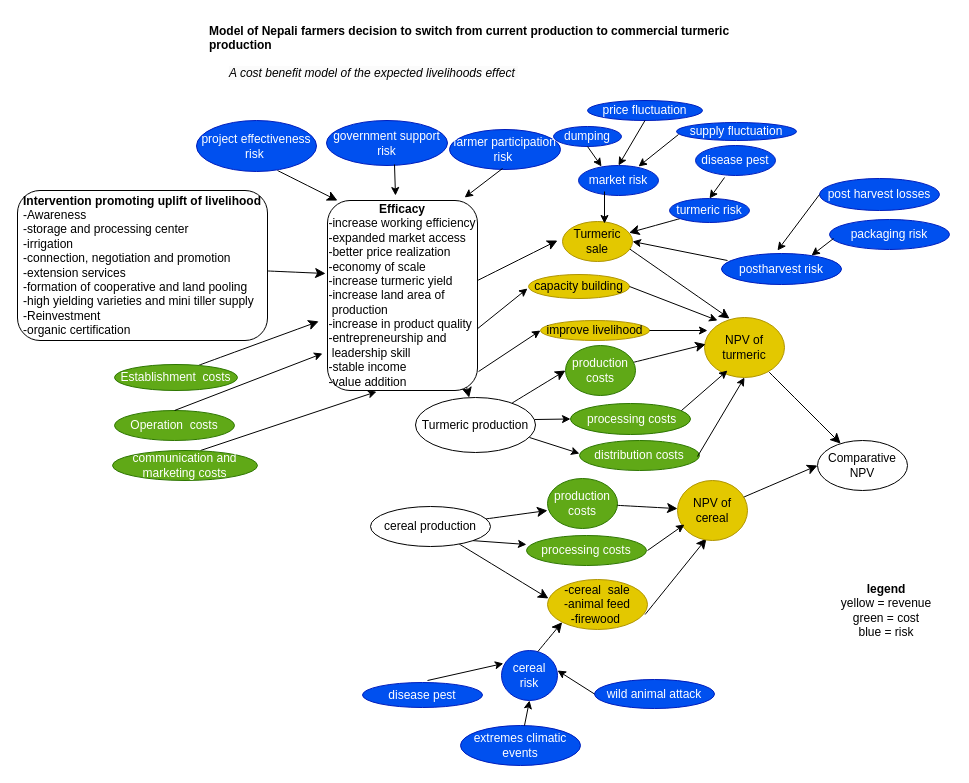
Before: Untitled Diagram.drawio in AditiBista/nepal_turmeric, a draw.io diagram. Source tidied: cells renumbered, new cells numbered last; positions are measured from the earlier drawing's top-left corner, leaving out a move shared by most shapes. Both pictures are drawn from the tidied source at 100%, with x=0, y=0 at pixel (17, 17).
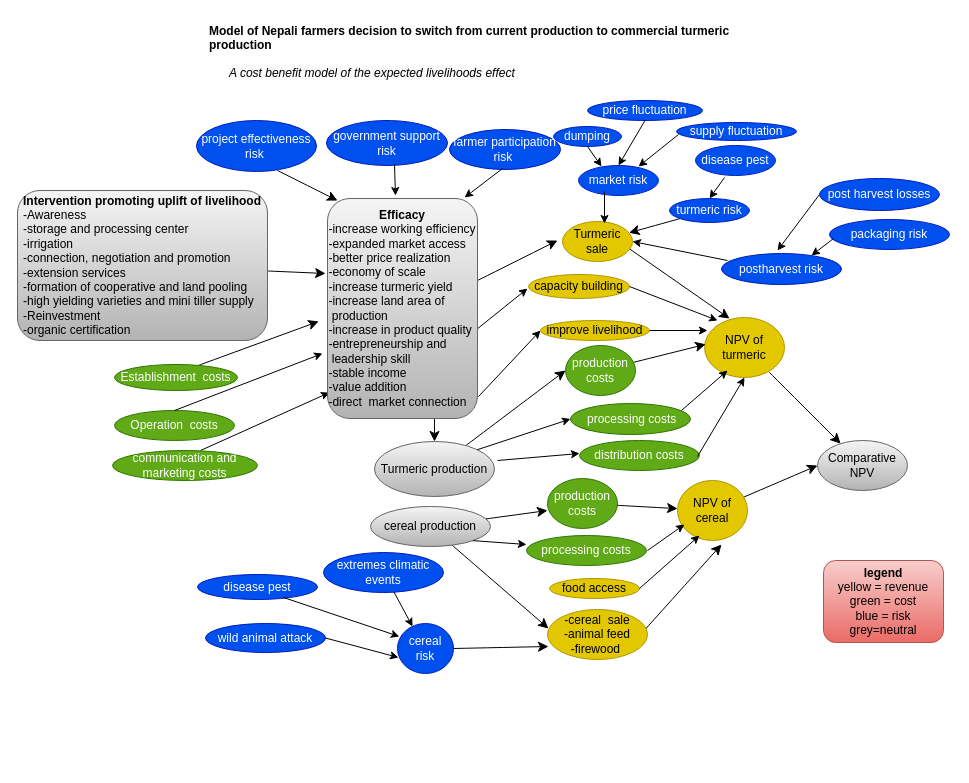
Above is the later version.

Unchanged cells that the change refers to:
```xml
<mxCell id="27" value="NPV of cereal" style="ellipse;whiteSpace=wrap;html=1;fontSize=12;strokeWidth=1;fillColor=#e3c800;fontColor=#000000;strokeColor=#B09500;" parent="1" vertex="1">
  <mxGeometry x="660" y="463" width="70" height="60" as="geometry" />
</mxCell>
<mxCell id="43" value="communication and marketing costs" style="ellipse;whiteSpace=wrap;html=1;fillColor=#60a917;fontColor=#ffffff;strokeColor=#2D7600;" parent="1" vertex="1">
  <mxGeometry x="95" y="433" width="145" height="30" as="geometry" />
</mxCell>
<mxCell id="56" value="&amp;nbsp;processing costs" style="ellipse;whiteSpace=wrap;html=1;fillColor=#60a917;fontColor=#ffffff;strokeColor=#2D7600;" parent="1" vertex="1">
  <mxGeometry x="553" y="386" width="120" height="31" as="geometry" />
</mxCell>
```

What changed in the source:
```diff
@@
-    <mxCell id="3" value="cereal production" style="ellipse;whiteSpace=wrap;html=1;fontSize=12;strokeWidth=1;" parent="1" vertex="1">
+    <mxCell id="3" value="cereal production" style="ellipse;whiteSpace=wrap;html=1;fontSize=12;strokeWidth=1;fillColor=#f5f5f5;gradientColor=#b3b3b3;strokeColor=#666666;" parent="1" vertex="1">
       <mxGeometry x="353" y="489" width="120" height="40" as="geometry" />
     </mxCell>
@@
-    <mxCell id="8" value="Turmeric production" style="ellipse;whiteSpace=wrap;html=1;fontSize=12;strokeWidth=1;" parent="1" vertex="1">
-      <mxGeometry x="398" y="380" width="120" height="55" as="geometry" />
+    <mxCell id="8" value="Turmeric production" style="ellipse;whiteSpace=wrap;html=1;fontSize=12;strokeWidth=1;fillColor=#f5f5f5;gradientColor=#b3b3b3;strokeColor=#666666;" parent="1" vertex="1">
+      <mxGeometry x="357" y="424" width="120" height="55" as="geometry" />
     </mxCell>
@@
     <mxCell id="13" value="cereal risk" style="ellipse;whiteSpace=wrap;html=1;fontSize=12;strokeWidth=1;labelBackgroundColor=none;fillColor=#0050ef;fontColor=#ffffff;strokeColor=#001DBC;" parent="1" vertex="1">
-      <mxGeometry x="484" y="633" width="56" height="50" as="geometry" />
+      <mxGeometry x="380" y="606" width="56" height="50" as="geometry" />
     </mxCell>
-    <mxCell id="14" style="edgeStyle=none;curved=1;rounded=0;orthogonalLoop=1;jettySize=auto;html=1;fontSize=12;startSize=8;endSize=8;entryX=0.386;entryY=0.967;entryDx=0;entryDy=0;strokeWidth=1;entryPerimeter=0;" parent="1" edge="1">
+    <mxCell id="14" style="edgeStyle=none;curved=1;rounded=0;jettySize=auto;html=1;fontSize=12;startSize=8;endSize=8;entryX=0.629;entryY=1.067;entryDx=0;entryDy=0;strokeWidth=1;entryPerimeter=0;exitX=1;exitY=0;exitDx=0;exitDy=0;" parent="1" edge="1" target="27">
       <mxGeometry relative="1" as="geometry">
-        <mxPoint x="627.6" y="597" as="sourcePoint" />
-        <mxPoint x="689" y="521" as="targetPoint" />
+        <mxPoint x="626.4" y="613.3" as="sourcePoint" />
       </mxGeometry>
     </mxCell>
     <mxCell id="15" value="-cereal &amp;nbsp;sale&lt;br&gt;-animal feed&lt;br&gt;-firewood&amp;nbsp;" style="ellipse;whiteSpace=wrap;html=1;fontSize=12;strokeWidth=1;labelBorderColor=none;labelBackgroundColor=none;fillColor=#e3c800;fontColor=#000000;strokeColor=#B09500;" parent="1" vertex="1">
-      <mxGeometry x="530" y="562" width="100" height="50" as="geometry" />
+      <mxGeometry x="530" y="592" width="100" height="50" as="geometry" />
     </mxCell>
@@
-    <mxCell id="22" style="endArrow=classic;html=1;rounded=0;fontSize=12;startSize=8;endSize=8;curved=1;exitX=0.65;exitY=0.02;exitDx=0;exitDy=0;entryX=0;entryY=1;entryDx=0;entryDy=0;strokeWidth=1;exitPerimeter=0;" parent="1" edge="1" source="13" target="15">
+    <mxCell id="22" style="endArrow=classic;html=1;rounded=0;fontSize=12;startSize=8;endSize=8;curved=1;exitX=1;exitY=0.5;exitDx=0;exitDy=0;entryX=0.01;entryY=0.74;entryDx=0;entryDy=0;strokeWidth=1;entryPerimeter=0;" parent="1" edge="1" source="13" target="15">
       <mxGeometry relative="1" as="geometry" />
     </mxCell>
@@
-    <mxCell id="26" value="Comparative NPV" style="ellipse;whiteSpace=wrap;html=1;fontSize=12;strokeWidth=1;" parent="1" vertex="1">
+    <mxCell id="26" value="Comparative NPV" style="ellipse;whiteSpace=wrap;html=1;fontSize=12;strokeWidth=1;fillColor=#f5f5f5;gradientColor=#b3b3b3;strokeColor=#666666;" parent="1" vertex="1">
       <mxGeometry x="800" y="423" width="90" height="50" as="geometry" />
     </mxCell>
@@
     <mxCell id="33" style="edgeStyle=none;curved=1;rounded=0;jettySize=auto;html=1;fontSize=12;startSize=8;endSize=8;strokeWidth=1;" parent="1" edge="1" target="8">
       <mxGeometry relative="1" as="geometry">
-        <mxPoint x="437.6" y="321.5" as="sourcePoint" />
+        <mxPoint x="417" y="383" as="sourcePoint" />
       </mxGeometry>
     </mxCell>
@@
-    <mxCell id="40" value="&lt;b&gt;legend&lt;/b&gt;&lt;br&gt;yellow = revenue&lt;br&gt;green = cost&lt;br&gt;blue = risk" style="text;html=1;strokeColor=none;fillColor=none;align=center;verticalAlign=middle;whiteSpace=wrap;rounded=0;" parent="1" vertex="1">
-      <mxGeometry x="804" y="553" width="130" height="80" as="geometry" />
-    </mxCell>
@@
-    <mxCell id="42" style="endArrow=classic;html=1;rounded=0;exitX=0.607;exitY=0;exitDx=0;exitDy=0;exitPerimeter=0;entryX=0.327;entryY=1.006;entryDx=0;entryDy=0;entryPerimeter=0;" parent="1" edge="1" source="43" target="57">
+    <mxCell id="42" style="endArrow=classic;html=1;rounded=0;exitX=0.607;exitY=0;exitDx=0;exitDy=0;exitPerimeter=0;entryX=0.013;entryY=0.882;entryDx=0;entryDy=0;entryPerimeter=0;" parent="1" edge="1" source="43" target="57">
       <mxGeometry relative="1" as="geometry" />
     </mxCell>
@@
-    <mxCell id="51" value="&lt;b&gt;Intervention promoting uplift of livelihood&lt;/b&gt;&lt;br&gt;&lt;div style=&quot;text-align: justify;&quot;&gt;-Awareness&lt;/div&gt;&lt;div style=&quot;text-align: justify;&quot;&gt;-storage and processing center&lt;/div&gt;&lt;div style=&quot;text-align: justify;&quot;&gt;-irrigation&lt;/div&gt;&lt;div style=&quot;text-align: justify;&quot;&gt;-connection, negotiation and promotion&lt;/div&gt;&lt;div style=&quot;text-align: justify;&quot;&gt;-extension services&lt;/div&gt;&lt;div style=&quot;text-align: justify;&quot;&gt;-formation of cooperative and land pooling&amp;nbsp;&lt;/div&gt;&lt;div style=&quot;text-align: justify;&quot;&gt;-high yielding varieties and mini tiller supply&lt;/div&gt;&lt;div style=&quot;text-align: justify;&quot;&gt;-Reinvestment&lt;/div&gt;&lt;div style=&quot;text-align: justify;&quot;&gt;-organic certification&lt;/div&gt;" style="rounded=1;whiteSpace=wrap;html=1;" parent="1" vertex="1">
+    <mxCell id="51" value="&lt;b&gt;Intervention promoting uplift of livelihood&lt;/b&gt;&lt;br&gt;&lt;div style=&quot;text-align: justify;&quot;&gt;-Awareness&lt;/div&gt;&lt;div style=&quot;text-align: justify;&quot;&gt;-storage and processing center&lt;/div&gt;&lt;div style=&quot;text-align: justify;&quot;&gt;-irrigation&lt;/div&gt;&lt;div style=&quot;text-align: justify;&quot;&gt;-connection, negotiation and promotion&lt;/div&gt;&lt;div style=&quot;text-align: justify;&quot;&gt;-extension services&lt;/div&gt;&lt;div style=&quot;text-align: justify;&quot;&gt;-formation of cooperative and land pooling&amp;nbsp;&lt;/div&gt;&lt;div style=&quot;text-align: justify;&quot;&gt;-high yielding varieties and mini tiller supply&lt;/div&gt;&lt;div style=&quot;text-align: justify;&quot;&gt;-Reinvestment&lt;/div&gt;&lt;div style=&quot;text-align: justify;&quot;&gt;-organic certification&lt;/div&gt;" style="rounded=1;whiteSpace=wrap;html=1;fillColor=#f5f5f5;gradientColor=#b3b3b3;strokeColor=#666666;" parent="1" vertex="1">
       <mxGeometry y="173" width="250" height="150" as="geometry" />
     </mxCell>
@@
-    <mxCell id="57" value="&lt;b style=&quot;border-color: var(--border-color); caret-color: rgb(0, 0, 0); color: rgb(0, 0, 0); font-family: Helvetica; font-size: 12px; font-style: normal; font-variant-caps: normal; letter-spacing: normal; text-align: center; text-indent: 0px; text-transform: none; word-spacing: 0px; -webkit-text-stroke-width: 0px; text-decoration: none;&quot;&gt;Efficacy&lt;/b&gt;&lt;br style=&quot;border-color: var(--border-color); caret-color: rgb(0, 0, 0); color: rgb(0, 0, 0); font-family: Helvetica; font-size: 12px; font-style: normal; font-variant-caps: normal; font-weight: 400; letter-spacing: normal; text-align: center; text-indent: 0px; text-transform: none; word-spacing: 0px; -webkit-text-stroke-width: 0px; text-decoration: none;&quot;&gt;&lt;div style=&quot;border-color: var(--border-color); caret-color: rgb(0, 0, 0); color: rgb(0, 0, 0); font-family: Helvetica; font-size: 12px; font-style: normal; font-variant-caps: normal; font-weight: 400; letter-spacing: normal; text-indent: 0px; text-transform: none; word-spacing: 0px; -webkit-text-stroke-width: 0px; text-decoration: none; text-align: justify;&quot;&gt;-increase working efficiency&lt;/div&gt;&lt;div style=&quot;border-color: var(--border-color); caret-color: rgb(0, 0, 0); color: rgb(0, 0, 0); font-family: Helvetica; font-size: 12px; font-style: normal; font-variant-caps: normal; font-weight: 400; letter-spacing: normal; text-indent: 0px; text-transform: none; word-spacing: 0px; -webkit-text-stroke-width: 0px; text-decoration: none; text-align: justify;&quot;&gt;-expanded market access&lt;/div&gt;&lt;div style=&quot;border-color: var(--border-color); caret-color: rgb(0, 0, 0); color: rgb(0, 0, 0); font-family: Helvetica; font-size: 12px; font-style: normal; font-variant-caps: normal; font-weight: 400; letter-spacing: normal; text-indent: 0px; text-transform: none; word-spacing: 0px; -webkit-text-stroke-width: 0px; text-decoration: none; text-align: justify;&quot;&gt;-better price realization&lt;/div&gt;&lt;div style=&quot;border-color: var(--border-color); caret-color: rgb(0, 0, 0); color: rgb(0, 0, 0); font-family: Helvetica; font-size: 12px; font-style: normal; font-variant-caps: normal; font-weight: 400; letter-spacing: normal; text-indent: 0px; text-transform: none; word-spacing: 0px; -webkit-text-stroke-width: 0px; text-decoration: none; text-align: justify;&quot;&gt;-economy of scale&lt;/div&gt;&lt;div style=&quot;border-color: var(--border-color); caret-color: rgb(0, 0, 0); color: rgb(0, 0, 0); font-family: Helvetica; font-size: 12px; font-style: normal; font-variant-caps: normal; font-weight: 400; letter-spacing: normal; text-indent: 0px; text-transform: none; word-spacing: 0px; -webkit-text-stroke-width: 0px; text-decoration: none; text-align: justify;&quot;&gt;-increase turmeric yield&amp;nbsp;&lt;/div&gt;&lt;div style=&quot;border-color: var(--border-color); caret-color: rgb(0, 0, 0); color: rgb(0, 0, 0); font-family: Helvetica; font-size: 12px; font-style: normal; font-variant-caps: normal; font-weight: 400; letter-spacing: normal; text-indent: 0px; text-transform: none; word-spacing: 0px; -webkit-text-stroke-width: 0px; text-decoration: none; text-align: justify;&quot;&gt;-increase land area of&lt;/div&gt;&lt;div style=&quot;border-color: var(--border-color); caret-color: rgb(0, 0, 0); color: rgb(0, 0, 0); font-family: Helvetica; font-size: 12px; font-style: normal; font-variant-caps: normal; font-weight: 400; letter-spacing: normal; text-indent: 0px; text-transform: none; word-spacing: 0px; -webkit-text-stroke-width: 0px; text-decoration: none; text-align: justify;&quot;&gt;&amp;nbsp;production&lt;/div&gt;&lt;div style=&quot;border-color: var(--border-color); caret-color: rgb(0, 0, 0); color: rgb(0, 0, 0); font-family: Helvetica; font-size: 12px; font-style: normal; font-variant-caps: normal; font-weight: 400; letter-spacing: normal; text-indent: 0px; text-transform: none; word-spacing: 0px; -webkit-text-stroke-width: 0px; text-decoration: none; text-align: justify;&quot;&gt;-increase in product quality&lt;/div&gt;&lt;div style=&quot;border-color: var(--border-color); caret-color: rgb(0, 0, 0); color: rgb(0, 0, 0); font-family: Helvetica; font-size: 12px; font-style: normal; font-variant-caps: normal; font-weight: 400; letter-spacing: normal; text-indent: 0px; text-transform: none; word-spacing: 0px; -webkit-text-stroke-width: 0px; text-decoration: none; text-align: justify;&quot;&gt;-entrepreneurship and&lt;/div&gt;&lt;div style=&quot;border-color: var(--border-color); caret-color: rgb(0, 0, 0); color: rgb(0, 0, 0); font-family: Helvetica; font-size: 12px; font-style: normal; font-variant-caps: normal; font-weight: 400; letter-spacing: normal; text-indent: 0px; text-transform: none; word-spacing: 0px; -webkit-text-stroke-width: 0px; text-decoration: none; text-align: justify;&quot;&gt;&amp;nbsp;leadership skill&lt;/div&gt;&lt;div style=&quot;border-color: var(--border-color); caret-color: rgb(0, 0, 0); color: rgb(0, 0, 0); font-family: Helvetica; font-size: 12px; font-style: normal; font-variant-caps: normal; font-weight: 400; letter-spacing: normal; text-indent: 0px; text-transform: none; word-spacing: 0px; -webkit-text-stroke-width: 0px; text-decoration: none; text-align: justify;&quot;&gt;-stable income&lt;/div&gt;&lt;div style=&quot;border-color: var(--border-color); caret-color: rgb(0, 0, 0); color: rgb(0, 0, 0); font-family: Helvetica; font-size: 12px; font-style: normal; font-variant-caps: normal; font-weight: 400; letter-spacing: normal; text-indent: 0px; text-transform: none; word-spacing: 0px; -webkit-text-stroke-width: 0px; text-decoration: none; text-align: justify;&quot;&gt;-value addition&lt;/div&gt;" style="rounded=1;whiteSpace=wrap;html=1;" parent="1" vertex="1">
-      <mxGeometry x="310" y="183" width="150" height="190" as="geometry" />
+    <mxCell id="57" value="&lt;b style=&quot;border-color: var(--border-color); caret-color: rgb(0, 0, 0); color: rgb(0, 0, 0); font-family: Helvetica; font-size: 12px; font-style: normal; font-variant-caps: normal; letter-spacing: normal; text-align: center; text-indent: 0px; text-transform: none; word-spacing: 0px; -webkit-text-stroke-width: 0px; text-decoration: none;&quot;&gt;Efficacy&lt;/b&gt;&lt;br style=&quot;border-color: var(--border-color); caret-color: rgb(0, 0, 0); color: rgb(0, 0, 0); font-family: Helvetica; font-size: 12px; font-style: normal; font-variant-caps: normal; font-weight: 400; letter-spacing: normal; text-align: center; text-indent: 0px; text-transform: none; word-spacing: 0px; -webkit-text-stroke-width: 0px; text-decoration: none;&quot;&gt;&lt;div style=&quot;border-color: var(--border-color); caret-color: rgb(0, 0, 0); color: rgb(0, 0, 0); font-family: Helvetica; font-size: 12px; font-style: normal; font-variant-caps: normal; font-weight: 400; letter-spacing: normal; text-indent: 0px; text-transform: none; word-spacing: 0px; -webkit-text-stroke-width: 0px; text-decoration: none; text-align: justify;&quot;&gt;-increase working efficiency&lt;/div&gt;&lt;div style=&quot;border-color: var(--border-color); caret-color: rgb(0, 0, 0); color: rgb(0, 0, 0); font-family: Helvetica; font-size: 12px; font-style: normal; font-variant-caps: normal; font-weight: 400; letter-spacing: normal; text-indent: 0px; text-transform: none; word-spacing: 0px; -webkit-text-stroke-width: 0px; text-decoration: none; text-align: justify;&quot;&gt;-expanded market access&lt;/div&gt;&lt;div style=&quot;border-color: var(--border-color); caret-color: rgb(0, 0, 0); color: rgb(0, 0, 0); font-family: Helvetica; font-size: 12px; font-style: normal; font-variant-caps: normal; font-weight: 400; letter-spacing: normal; text-indent: 0px; text-transform: none; word-spacing: 0px; -webkit-text-stroke-width: 0px; text-decoration: none; text-align: justify;&quot;&gt;-better price realization&lt;/div&gt;&lt;div style=&quot;border-color: var(--border-color); caret-color: rgb(0, 0, 0); color: rgb(0, 0, 0); font-family: Helvetica; font-size: 12px; font-style: normal; font-variant-caps: normal; font-weight: 400; letter-spacing: normal; text-indent: 0px; text-transform: none; word-spacing: 0px; -webkit-text-stroke-width: 0px; text-decoration: none; text-align: justify;&quot;&gt;-economy of scale&lt;/div&gt;&lt;div style=&quot;border-color: var(--border-color); caret-color: rgb(0, 0, 0); color: rgb(0, 0, 0); font-family: Helvetica; font-size: 12px; font-style: normal; font-variant-caps: normal; font-weight: 400; letter-spacing: normal; text-indent: 0px; text-transform: none; word-spacing: 0px; -webkit-text-stroke-width: 0px; text-decoration: none; text-align: justify;&quot;&gt;-increase turmeric yield&amp;nbsp;&lt;/div&gt;&lt;div style=&quot;border-color: var(--border-color); caret-color: rgb(0, 0, 0); color: rgb(0, 0, 0); font-family: Helvetica; font-size: 12px; font-style: normal; font-variant-caps: normal; font-weight: 400; letter-spacing: normal; text-indent: 0px; text-transform: none; word-spacing: 0px; -webkit-text-stroke-width: 0px; text-decoration: none; text-align: justify;&quot;&gt;-increase land area of&lt;/div&gt;&lt;div style=&quot;border-color: var(--border-color); caret-color: rgb(0, 0, 0); color: rgb(0, 0, 0); font-family: Helvetica; font-size: 12px; font-style: normal; font-variant-caps: normal; font-weight: 400; letter-spacing: normal; text-indent: 0px; text-transform: none; word-spacing: 0px; -webkit-text-stroke-width: 0px; text-decoration: none; text-align: justify;&quot;&gt;&amp;nbsp;production&lt;/div&gt;&lt;div style=&quot;border-color: var(--border-color); caret-color: rgb(0, 0, 0); color: rgb(0, 0, 0); font-family: Helvetica; font-size: 12px; font-style: normal; font-variant-caps: normal; font-weight: 400; letter-spacing: normal; text-indent: 0px; text-transform: none; word-spacing: 0px; -webkit-text-stroke-width: 0px; text-decoration: none; text-align: justify;&quot;&gt;-increase in product quality&lt;/div&gt;&lt;div style=&quot;border-color: var(--border-color); caret-color: rgb(0, 0, 0); color: rgb(0, 0, 0); font-family: Helvetica; font-size: 12px; font-style: normal; font-variant-caps: normal; font-weight: 400; letter-spacing: normal; text-indent: 0px; text-transform: none; word-spacing: 0px; -webkit-text-stroke-width: 0px; text-decoration: none; text-align: justify;&quot;&gt;-entrepreneurship and&lt;/div&gt;&lt;div style=&quot;border-color: var(--border-color); caret-color: rgb(0, 0, 0); color: rgb(0, 0, 0); font-family: Helvetica; font-size: 12px; font-style: normal; font-variant-caps: normal; font-weight: 400; letter-spacing: normal; text-indent: 0px; text-transform: none; word-spacing: 0px; -webkit-text-stroke-width: 0px; text-decoration: none; text-align: justify;&quot;&gt;&amp;nbsp;leadership skill&lt;/div&gt;&lt;div style=&quot;border-color: var(--border-color); caret-color: rgb(0, 0, 0); color: rgb(0, 0, 0); font-family: Helvetica; font-size: 12px; font-style: normal; font-variant-caps: normal; font-weight: 400; letter-spacing: normal; text-indent: 0px; text-transform: none; word-spacing: 0px; -webkit-text-stroke-width: 0px; text-decoration: none; text-align: justify;&quot;&gt;-stable income&lt;/div&gt;&lt;div style=&quot;border-color: var(--border-color); caret-color: rgb(0, 0, 0); color: rgb(0, 0, 0); font-family: Helvetica; font-size: 12px; font-style: normal; font-variant-caps: normal; font-weight: 400; letter-spacing: normal; text-indent: 0px; text-transform: none; word-spacing: 0px; -webkit-text-stroke-width: 0px; text-decoration: none; text-align: justify;&quot;&gt;-value addition&lt;/div&gt;&lt;div style=&quot;border-color: var(--border-color); caret-color: rgb(0, 0, 0); color: rgb(0, 0, 0); font-family: Helvetica; font-size: 12px; font-style: normal; font-variant-caps: normal; font-weight: 400; letter-spacing: normal; text-indent: 0px; text-transform: none; word-spacing: 0px; -webkit-text-stroke-width: 0px; text-decoration: none; text-align: justify;&quot;&gt;-direct &amp;nbsp;market connection&lt;/div&gt;" style="rounded=1;whiteSpace=wrap;html=1;fillColor=#f5f5f5;gradientColor=#b3b3b3;strokeColor=#666666;" parent="1" vertex="1">
+      <mxGeometry x="310" y="181" width="150" height="220" as="geometry" />
     </mxCell>
-    <mxCell id="58" style="endArrow=classic;html=1;rounded=0;entryX=0;entryY=0.5;entryDx=0;entryDy=0;exitX=0.95;exitY=0.764;exitDx=0;exitDy=0;exitPerimeter=0;" parent="1" edge="1">
+    <mxCell id="58" style="endArrow=classic;html=1;rounded=0;entryX=0;entryY=0.5;entryDx=0;entryDy=0;" parent="1" edge="1">
       <mxGeometry relative="1" as="geometry">
-        <mxPoint x="512" y="420" as="sourcePoint" />
+        <mxPoint x="480" y="443" as="sourcePoint" />
         <mxPoint x="562" y="436" as="targetPoint" />
       </mxGeometry>
     </mxCell>
@@
-    <mxCell id="60" style="endArrow=classic;html=1;rounded=0;entryX=0;entryY=0.5;entryDx=0;entryDy=0;exitX=0.992;exitY=0.4;exitDx=0;exitDy=0;exitPerimeter=0;" parent="1" edge="1" source="8" target="56">
+    <mxCell id="60" style="endArrow=classic;html=1;rounded=0;entryX=0;entryY=0.5;entryDx=0;entryDy=0;exitX=1;exitY=0;exitDx=0;exitDy=0;" parent="1" edge="1" source="8" target="56">
       <mxGeometry relative="1" as="geometry" />
     </mxCell>
@@
     <mxCell id="64" value="wild animal attack" style="ellipse;whiteSpace=wrap;html=1;fillColor=#0050ef;fontColor=#ffffff;strokeColor=#001DBC;" parent="1" vertex="1">
-      <mxGeometry x="577" y="662" width="120" height="29" as="geometry" />
+      <mxGeometry x="188" y="606" width="120" height="29" as="geometry" />
     </mxCell>
     <mxCell id="65" value="disease pest" style="ellipse;whiteSpace=wrap;html=1;fillColor=#0050ef;fontColor=#ffffff;strokeColor=#001DBC;" parent="1" vertex="1">
-      <mxGeometry x="345" y="665" width="120" height="25" as="geometry" />
+      <mxGeometry x="180" y="557" width="120" height="25" as="geometry" />
     </mxCell>
     <mxCell id="66" value="extremes climatic events" style="ellipse;whiteSpace=wrap;html=1;fillColor=#0050ef;fontColor=#ffffff;strokeColor=#001DBC;" parent="1" vertex="1">
-      <mxGeometry x="443" y="708" width="120" height="40" as="geometry" />
+      <mxGeometry x="306" y="535" width="120" height="40" as="geometry" />
     </mxCell>
@@
-    <mxCell id="69" style="endArrow=classic;html=1;rounded=0;entryX=0.5;entryY=1;entryDx=0;entryDy=0;" parent="1" edge="1" source="66" target="13">
+    <mxCell id="69" style="endArrow=classic;html=1;rounded=0;entryX=0.268;entryY=0.06;entryDx=0;entryDy=0;entryPerimeter=0;" parent="1" edge="1" source="66" target="13">
       <mxGeometry relative="1" as="geometry" />
     </mxCell>
-    <mxCell id="70" style="endArrow=classic;html=1;rounded=0;exitX=0;exitY=0.5;exitDx=0;exitDy=0;" parent="1" edge="1" source="64">
-      <mxGeometry relative="1" as="geometry">
-        <mxPoint x="540" y="653" as="targetPoint" />
-      </mxGeometry>
-    </mxCell>
-    <mxCell id="71" style="endArrow=classic;html=1;rounded=0;entryX=0.033;entryY=0.26;entryDx=0;entryDy=0;entryPerimeter=0;" parent="1" edge="1" target="13">
-      <mxGeometry relative="1" as="geometry">
-        <mxPoint x="410" y="663" as="sourcePoint" />
-      </mxGeometry>
+    <mxCell id="71" style="endArrow=classic;html=1;rounded=0;entryX=0.033;entryY=0.26;entryDx=0;entryDy=0;entryPerimeter=0;exitX=0.717;exitY=0.92;exitDx=0;exitDy=0;exitPerimeter=0;" parent="1" edge="1" source="65" target="13">
+      <mxGeometry relative="1" as="geometry" />
     </mxCell>
@@
+    <mxCell id="82" value="food access" style="ellipse;whiteSpace=wrap;html=1;fillColor=#e3c800;fontColor=#000000;strokeColor=#B09500;" parent="1" vertex="1">
+      <mxGeometry x="532" y="561" width="90" height="20" as="geometry" />
+    </mxCell>
+    <mxCell id="83" style="endArrow=classic;html=1;rounded=0;exitX=1;exitY=0.5;exitDx=0;exitDy=0;entryX=0.018;entryY=0.68;entryDx=0;entryDy=0;entryPerimeter=0;" parent="1" edge="1" source="64" target="13">
+      <mxGeometry relative="1" as="geometry" />
+    </mxCell>
+    <mxCell id="84" style="endArrow=classic;html=1;rounded=0;exitX=1;exitY=0.5;exitDx=0;exitDy=0;" parent="1" edge="1" source="82">
+      <mxGeometry relative="1" as="geometry">
+        <mxPoint x="682" y="518" as="targetPoint" />
+      </mxGeometry>
+    </mxCell>
+    <mxCell id="85" value="&lt;b style=&quot;border-color: var(--border-color);&quot;&gt;legend&lt;/b&gt;&lt;br style=&quot;border-color: var(--border-color);&quot;&gt;yellow = revenue&lt;br style=&quot;border-color: var(--border-color);&quot;&gt;green = cost&lt;br style=&quot;border-color: var(--border-color);&quot;&gt;blue = risk&lt;br style=&quot;border-color: var(--border-color);&quot;&gt;grey=neutral" style="rounded=1;whiteSpace=wrap;html=1;fillColor=#f8cecc;gradientColor=#ea6b66;strokeColor=#b85450;" parent="1" vertex="1">
+      <mxGeometry x="806" y="543" width="120" height="82" as="geometry" />
+    </mxCell>
```
